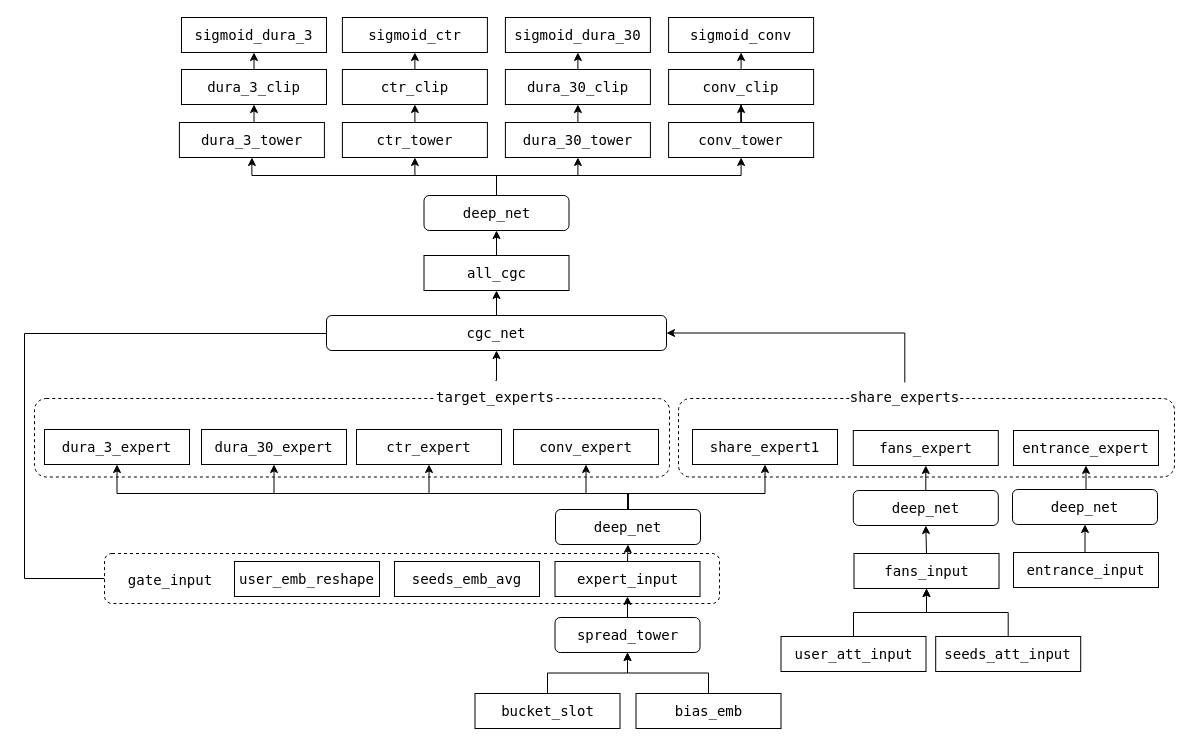
The draw.io diagram immer_model.drawio in snorlaxse/draw.io, before the edit. Source tidied: cells renumbered, new cells numbered last; positions are measured from the earlier drawing's top-left corner, leaving out a move shared by most shapes. Both pictures are drawn from the tidied source at 100%, with x=0, y=0 at pixel (24, 17).
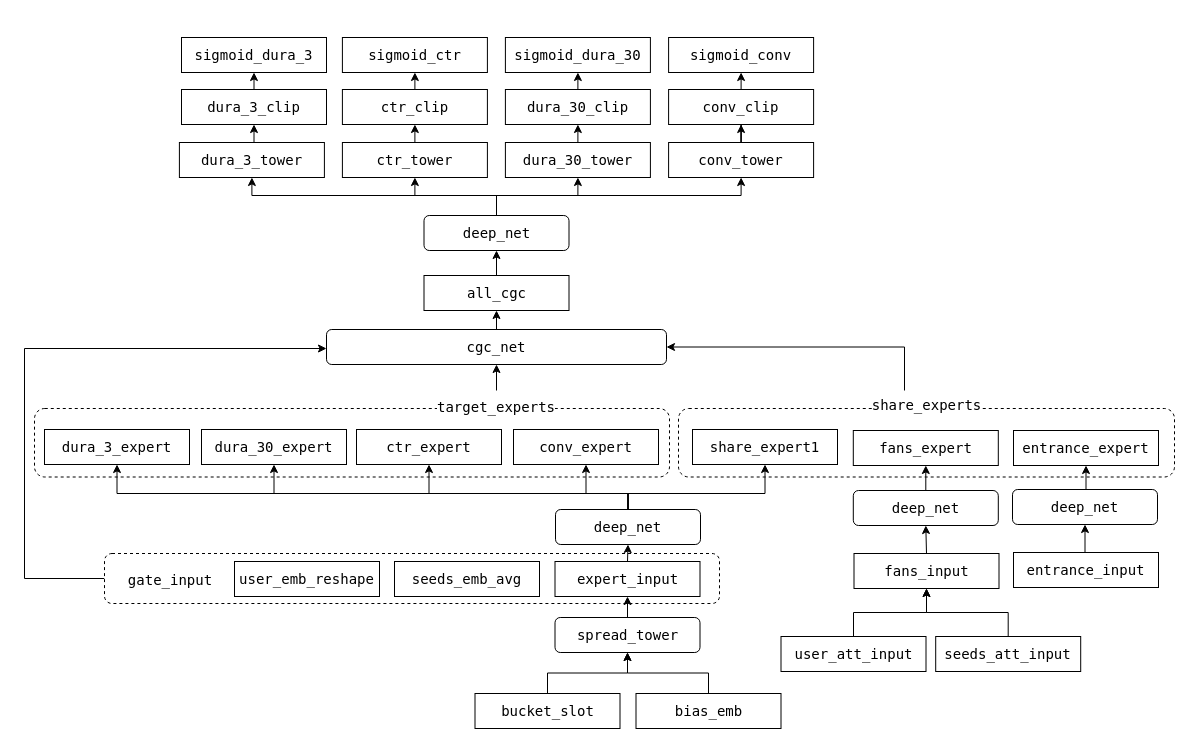
Above is the later version.

The change refers to these unchanged cells:
```xml
<mxCell id="3" style="rounded=1;whiteSpace=wrap;html=1;dashed=1;" parent="1" vertex="1">
  <mxGeometry x="80" y="536" width="615" height="50" as="geometry" />
</mxCell>
```

What changed in the source:
```diff
@@
-    <mxCell id="2" style="edgeStyle=orthogonalEdgeStyle;rounded=0;jettySize=auto;html=1;exitX=0;exitY=0.5;exitDx=0;exitDy=0;entryX=0;entryY=0.5;entryDx=0;entryDy=0;" parent="1" edge="1" source="3" target="47">
+    <mxCell id="2" style="edgeStyle=orthogonalEdgeStyle;rounded=0;jettySize=auto;html=1;exitX=0;exitY=0.5;exitDx=0;exitDy=0;" parent="1" edge="1" source="3" target="47">
       <mxGeometry relative="1" as="geometry">
         <Array as="points">
           <mxPoint y="561" />
-          <mxPoint y="316" />
-          <mxPoint x="420" y="316" />
+          <mxPoint y="331" />
         </Array>
       </mxGeometry>
     </mxCell>
@@
     <mxCell id="4" style="rounded=1;whiteSpace=wrap;html=1;dashed=1;" parent="1" vertex="1">
-      <mxGeometry x="10" y="381" width="635" height="78.5" as="geometry" />
+      <mxGeometry x="10" y="391" width="635" height="68.5" as="geometry" />
     </mxCell>
     <mxCell id="5" style="rounded=1;whiteSpace=wrap;html=1;dashed=1;" parent="1" vertex="1">
-      <mxGeometry x="654" y="381" width="496" height="78.5" as="geometry" />
+      <mxGeometry x="654" y="391" width="496" height="68.5" as="geometry" />
     </mxCell>
@@
     <mxCell id="39" style="edgeStyle=orthogonalEdgeStyle;rounded=0;jettySize=auto;html=1;entryX=1;entryY=0.5;entryDx=0;entryDy=0;" parent="1" edge="1" source="40" target="47">
       <mxGeometry relative="1" as="geometry">
         <Array as="points">
-          <mxPoint x="880" y="316" />
+          <mxPoint x="880" y="330" />
+          <mxPoint x="642" y="330" />
         </Array>
       </mxGeometry>
     </mxCell>
     <mxCell id="40" value="&lt;div style=&quot;background-color: rgb(255, 255, 255); font-family: &amp;quot;Fira Code&amp;quot;, Menlo, Monaco, &amp;quot;Courier New&amp;quot;, monospace; font-size: 14px; line-height: 21px; white-space-collapse: preserve;&quot;&gt;share_experts&lt;/div&gt;" style="text;html=1;align=center;verticalAlign=middle;points=[];strokeColor=none;fillColor=none;" parent="1" vertex="1">
-      <mxGeometry x="815.3" y="365" width="130" height="30" as="geometry" />
+      <mxGeometry x="837" y="373" width="130" height="30" as="geometry" />
     </mxCell>
@@
     <mxCell id="42" value="&lt;div style=&quot;color: #000000;background-color: #ffffff;font-family: 'Fira Code', Menlo, Monaco, 'Courier New', monospace;font-weight: normal;font-size: 14px;line-height: 21px;white-space: pre;&quot;&gt;&lt;div&gt;&lt;span style=&quot;color: #000000;&quot;&gt;target_experts&lt;/span&gt;&lt;/div&gt;&lt;/div&gt;" style="text;whiteSpace=wrap;html=1;align=center;" parent="1" vertex="1">
-      <mxGeometry x="396" y="363" width="150" height="40" as="geometry" />
+      <mxGeometry x="397" y="373" width="150" height="40" as="geometry" />
     </mxCell>
@@
     <mxCell id="47" value="&lt;div style=&quot;background-color: rgb(255, 255, 255); font-family: &amp;quot;Fira Code&amp;quot;, Menlo, Monaco, &amp;quot;Courier New&amp;quot;, monospace; font-size: 14px; line-height: 21px; white-space: pre;&quot;&gt;&lt;div style=&quot;line-height: 21px;&quot;&gt;&lt;div style=&quot;line-height: 21px;&quot;&gt;cgc_net&lt;/div&gt;&lt;/div&gt;&lt;/div&gt;" style="rounded=1;whiteSpace=wrap;html=1;" parent="1" vertex="1">
-      <mxGeometry x="302" y="298" width="340" height="35" as="geometry" />
+      <mxGeometry x="302" y="312" width="340" height="35" as="geometry" />
     </mxCell>
@@
     <mxCell id="49" value="&lt;div style=&quot;background-color: rgb(255, 255, 255); font-family: &amp;quot;Fira Code&amp;quot;, Menlo, Monaco, &amp;quot;Courier New&amp;quot;, monospace; font-size: 14px; line-height: 21px; white-space: pre;&quot;&gt;&lt;div style=&quot;line-height: 21px;&quot;&gt;&lt;div style=&quot;line-height: 21px;&quot;&gt;&lt;div style=&quot;line-height: 21px;&quot;&gt;all_cgc&lt;/div&gt;&lt;/div&gt;&lt;/div&gt;&lt;/div&gt;" style="rounded=0;whiteSpace=wrap;html=1;" parent="1" vertex="1">
-      <mxGeometry x="399.5" y="238" width="145" height="35" as="geometry" />
+      <mxGeometry x="399.5" y="258" width="145" height="35" as="geometry" />
     </mxCell>
     <mxCell id="50" style="edgeStyle=orthogonalEdgeStyle;rounded=0;jettySize=auto;html=1;exitX=0.5;exitY=0;exitDx=0;exitDy=0;entryX=0.5;entryY=1;entryDx=0;entryDy=0;" parent="1" edge="1" source="54" target="56">
       <mxGeometry relative="1" as="geometry">
         <Array as="points">
-          <mxPoint x="472" y="158" />
-          <mxPoint x="227" y="158" />
+          <mxPoint x="472" y="178" />
+          <mxPoint x="227" y="178" />
         </Array>
       </mxGeometry>
     </mxCell>
     <mxCell id="51" style="edgeStyle=orthogonalEdgeStyle;rounded=0;jettySize=auto;html=1;exitX=0.5;exitY=0;exitDx=0;exitDy=0;entryX=0.5;entryY=1;entryDx=0;entryDy=0;" parent="1" edge="1" source="54" target="58">
       <mxGeometry relative="1" as="geometry">
         <Array as="points">
-          <mxPoint x="472" y="158" />
-          <mxPoint x="390" y="158" />
+          <mxPoint x="472" y="178" />
+          <mxPoint x="390" y="178" />
         </Array>
       </mxGeometry>
     </mxCell>
@@
     <mxCell id="53" style="edgeStyle=orthogonalEdgeStyle;rounded=0;jettySize=auto;html=1;exitX=0.5;exitY=0;exitDx=0;exitDy=0;entryX=0.5;entryY=1;entryDx=0;entryDy=0;" parent="1" edge="1" source="54" target="62">
       <mxGeometry relative="1" as="geometry">
         <Array as="points">
-          <mxPoint x="472" y="158" />
-          <mxPoint x="717" y="158" />
+          <mxPoint x="472" y="178" />
+          <mxPoint x="717" y="178" />
         </Array>
       </mxGeometry>
     </mxCell>
     <mxCell id="54" value="&lt;div style=&quot;background-color: rgb(255, 255, 255); font-family: &amp;quot;Fira Code&amp;quot;, Menlo, Monaco, &amp;quot;Courier New&amp;quot;, monospace; font-size: 14px; line-height: 21px; white-space: pre;&quot;&gt;deep_net&lt;/div&gt;" style="rounded=1;whiteSpace=wrap;html=1;" parent="1" vertex="1">
-      <mxGeometry x="399.5" y="178" width="145" height="35" as="geometry" />
+      <mxGeometry x="399.5" y="198" width="145" height="35" as="geometry" />
     </mxCell>
@@
     <mxCell id="56" value="&lt;div style=&quot;background-color: rgb(255, 255, 255); font-family: &amp;quot;Fira Code&amp;quot;, Menlo, Monaco, &amp;quot;Courier New&amp;quot;, monospace; font-size: 14px; line-height: 21px; white-space: pre;&quot;&gt;&lt;div style=&quot;line-height: 21px;&quot;&gt;&lt;div style=&quot;line-height: 21px;&quot;&gt;&lt;div style=&quot;line-height: 21px;&quot;&gt;&lt;div style=&quot;line-height: 21px;&quot;&gt;dura_3_tower&lt;/div&gt;&lt;/div&gt;&lt;/div&gt;&lt;/div&gt;&lt;/div&gt;" style="rounded=0;whiteSpace=wrap;html=1;" parent="1" vertex="1">
-      <mxGeometry x="154.9" y="105" width="145" height="35" as="geometry" />
+      <mxGeometry x="154.9" y="125" width="145" height="35" as="geometry" />
     </mxCell>
@@
     <mxCell id="58" value="&lt;div style=&quot;background-color: rgb(255, 255, 255); font-family: &amp;quot;Fira Code&amp;quot;, Menlo, Monaco, &amp;quot;Courier New&amp;quot;, monospace; font-size: 14px; line-height: 21px; white-space: pre;&quot;&gt;&lt;div style=&quot;line-height: 21px;&quot;&gt;&lt;div style=&quot;line-height: 21px;&quot;&gt;&lt;div style=&quot;line-height: 21px;&quot;&gt;&lt;div style=&quot;line-height: 21px;&quot;&gt;&lt;div style=&quot;line-height: 21px;&quot;&gt;ctr_tower&lt;/div&gt;&lt;/div&gt;&lt;/div&gt;&lt;/div&gt;&lt;/div&gt;&lt;/div&gt;" style="rounded=0;whiteSpace=wrap;html=1;" parent="1" vertex="1">
-      <mxGeometry x="317.9" y="105" width="145" height="35" as="geometry" />
+      <mxGeometry x="317.9" y="125" width="145" height="35" as="geometry" />
     </mxCell>
@@
     <mxCell id="60" value="&lt;div style=&quot;background-color: rgb(255, 255, 255); font-family: &amp;quot;Fira Code&amp;quot;, Menlo, Monaco, &amp;quot;Courier New&amp;quot;, monospace; font-size: 14px; line-height: 21px; white-space: pre;&quot;&gt;&lt;div style=&quot;line-height: 21px;&quot;&gt;&lt;div style=&quot;line-height: 21px;&quot;&gt;&lt;div style=&quot;line-height: 21px;&quot;&gt;&lt;div style=&quot;line-height: 21px;&quot;&gt;&lt;div style=&quot;line-height: 21px;&quot;&gt;&lt;div style=&quot;line-height: 21px;&quot;&gt;dura_30_tower&lt;/div&gt;&lt;/div&gt;&lt;/div&gt;&lt;/div&gt;&lt;/div&gt;&lt;/div&gt;&lt;/div&gt;" style="rounded=0;whiteSpace=wrap;html=1;" parent="1" vertex="1">
-      <mxGeometry x="480.9" y="105" width="145" height="35" as="geometry" />
+      <mxGeometry x="480.9" y="125" width="145" height="35" as="geometry" />
     </mxCell>
@@
     <mxCell id="62" value="&lt;div style=&quot;background-color: rgb(255, 255, 255); font-family: &amp;quot;Fira Code&amp;quot;, Menlo, Monaco, &amp;quot;Courier New&amp;quot;, monospace; font-size: 14px; line-height: 21px; white-space: pre;&quot;&gt;&lt;div style=&quot;line-height: 21px;&quot;&gt;&lt;div style=&quot;line-height: 21px;&quot;&gt;&lt;div style=&quot;line-height: 21px;&quot;&gt;&lt;div style=&quot;line-height: 21px;&quot;&gt;&lt;div style=&quot;line-height: 21px;&quot;&gt;&lt;div style=&quot;line-height: 21px;&quot;&gt;&lt;div style=&quot;line-height: 21px;&quot;&gt;conv_tower&lt;/div&gt;&lt;/div&gt;&lt;/div&gt;&lt;/div&gt;&lt;/div&gt;&lt;/div&gt;&lt;/div&gt;&lt;/div&gt;" style="rounded=0;whiteSpace=wrap;html=1;" parent="1" vertex="1">
-      <mxGeometry x="644.1" y="105" width="145" height="35" as="geometry" />
+      <mxGeometry x="644.1" y="125" width="145" height="35" as="geometry" />
     </mxCell>
@@
     <mxCell id="64" value="&lt;div style=&quot;background-color: rgb(255, 255, 255); font-family: &amp;quot;Fira Code&amp;quot;, Menlo, Monaco, &amp;quot;Courier New&amp;quot;, monospace; font-size: 14px; line-height: 21px; white-space: pre;&quot;&gt;&lt;div style=&quot;line-height: 21px;&quot;&gt;&lt;div style=&quot;line-height: 21px;&quot;&gt;&lt;div style=&quot;line-height: 21px;&quot;&gt;&lt;div style=&quot;line-height: 21px;&quot;&gt;&lt;div style=&quot;line-height: 21px;&quot;&gt;&lt;div style=&quot;line-height: 21px;&quot;&gt;dura_3_clip&lt;/div&gt;&lt;/div&gt;&lt;/div&gt;&lt;/div&gt;&lt;/div&gt;&lt;/div&gt;&lt;/div&gt;" style="rounded=0;whiteSpace=wrap;html=1;" parent="1" vertex="1">
-      <mxGeometry x="157" y="52" width="145" height="35" as="geometry" />
+      <mxGeometry x="157" y="72" width="145" height="35" as="geometry" />
     </mxCell>
@@
     <mxCell id="66" value="&lt;div style=&quot;background-color: rgb(255, 255, 255); font-family: &amp;quot;Fira Code&amp;quot;, Menlo, Monaco, &amp;quot;Courier New&amp;quot;, monospace; font-size: 14px; line-height: 21px; white-space: pre;&quot;&gt;&lt;div style=&quot;line-height: 21px;&quot;&gt;&lt;div style=&quot;line-height: 21px;&quot;&gt;&lt;div style=&quot;line-height: 21px;&quot;&gt;&lt;div style=&quot;line-height: 21px;&quot;&gt;&lt;div style=&quot;line-height: 21px;&quot;&gt;&lt;div style=&quot;line-height: 21px;&quot;&gt;ctr_clip&lt;/div&gt;&lt;/div&gt;&lt;/div&gt;&lt;/div&gt;&lt;/div&gt;&lt;/div&gt;&lt;/div&gt;" style="rounded=0;whiteSpace=wrap;html=1;" parent="1" vertex="1">
-      <mxGeometry x="317.9" y="52" width="145" height="35" as="geometry" />
+      <mxGeometry x="317.9" y="72" width="145" height="35" as="geometry" />
     </mxCell>
@@
     <mxCell id="68" value="&lt;div style=&quot;background-color: rgb(255, 255, 255); font-family: &amp;quot;Fira Code&amp;quot;, Menlo, Monaco, &amp;quot;Courier New&amp;quot;, monospace; font-size: 14px; line-height: 21px; white-space: pre;&quot;&gt;&lt;div style=&quot;line-height: 21px;&quot;&gt;&lt;div style=&quot;line-height: 21px;&quot;&gt;&lt;div style=&quot;line-height: 21px;&quot;&gt;&lt;div style=&quot;line-height: 21px;&quot;&gt;&lt;div style=&quot;line-height: 21px;&quot;&gt;&lt;div style=&quot;line-height: 21px;&quot;&gt;&lt;div style=&quot;line-height: 21px;&quot;&gt;dura_30_clip&lt;/div&gt;&lt;/div&gt;&lt;/div&gt;&lt;/div&gt;&lt;/div&gt;&lt;/div&gt;&lt;/div&gt;&lt;/div&gt;" style="rounded=0;whiteSpace=wrap;html=1;" parent="1" vertex="1">
-      <mxGeometry x="480.9" y="52" width="145" height="35" as="geometry" />
+      <mxGeometry x="480.9" y="72" width="145" height="35" as="geometry" />
     </mxCell>
@@
     <mxCell id="70" value="&lt;div style=&quot;background-color: rgb(255, 255, 255); font-family: &amp;quot;Fira Code&amp;quot;, Menlo, Monaco, &amp;quot;Courier New&amp;quot;, monospace; font-size: 14px; line-height: 21px; white-space: pre;&quot;&gt;&lt;div style=&quot;line-height: 21px;&quot;&gt;&lt;div style=&quot;line-height: 21px;&quot;&gt;&lt;div style=&quot;line-height: 21px;&quot;&gt;&lt;div style=&quot;line-height: 21px;&quot;&gt;&lt;div style=&quot;line-height: 21px;&quot;&gt;&lt;div style=&quot;line-height: 21px;&quot;&gt;&lt;div style=&quot;line-height: 21px;&quot;&gt;conv_clip&lt;/div&gt;&lt;/div&gt;&lt;/div&gt;&lt;/div&gt;&lt;/div&gt;&lt;/div&gt;&lt;/div&gt;&lt;/div&gt;" style="rounded=0;whiteSpace=wrap;html=1;" parent="1" vertex="1">
-      <mxGeometry x="644.1" y="52" width="145" height="35" as="geometry" />
+      <mxGeometry x="644.1" y="72" width="145" height="35" as="geometry" />
     </mxCell>
     <mxCell id="71" value="&lt;div style=&quot;background-color: rgb(255, 255, 255); font-family: &amp;quot;Fira Code&amp;quot;, Menlo, Monaco, &amp;quot;Courier New&amp;quot;, monospace; font-size: 14px; line-height: 21px; white-space: pre;&quot;&gt;&lt;div style=&quot;line-height: 21px;&quot;&gt;&lt;div style=&quot;line-height: 21px;&quot;&gt;&lt;div style=&quot;line-height: 21px;&quot;&gt;&lt;div style=&quot;line-height: 21px;&quot;&gt;&lt;div style=&quot;line-height: 21px;&quot;&gt;&lt;div style=&quot;line-height: 21px;&quot;&gt;&lt;div style=&quot;line-height: 21px;&quot;&gt;sigmoid_dura_3&lt;/div&gt;&lt;/div&gt;&lt;/div&gt;&lt;/div&gt;&lt;/div&gt;&lt;/div&gt;&lt;/div&gt;&lt;/div&gt;" style="rounded=0;whiteSpace=wrap;html=1;" parent="1" vertex="1">
-      <mxGeometry x="157" width="145" height="35" as="geometry" />
+      <mxGeometry x="157" y="20" width="145" height="35" as="geometry" />
     </mxCell>
     <mxCell id="72" value="&lt;div style=&quot;background-color: rgb(255, 255, 255); font-family: &amp;quot;Fira Code&amp;quot;, Menlo, Monaco, &amp;quot;Courier New&amp;quot;, monospace; font-size: 14px; line-height: 21px; white-space: pre;&quot;&gt;&lt;div style=&quot;line-height: 21px;&quot;&gt;&lt;div style=&quot;line-height: 21px;&quot;&gt;&lt;div style=&quot;line-height: 21px;&quot;&gt;&lt;div style=&quot;line-height: 21px;&quot;&gt;&lt;div style=&quot;line-height: 21px;&quot;&gt;&lt;div style=&quot;line-height: 21px;&quot;&gt;&lt;div style=&quot;line-height: 21px;&quot;&gt;sigmoid_ctr&lt;/div&gt;&lt;/div&gt;&lt;/div&gt;&lt;/div&gt;&lt;/div&gt;&lt;/div&gt;&lt;/div&gt;&lt;/div&gt;" style="rounded=0;whiteSpace=wrap;html=1;" parent="1" vertex="1">
-      <mxGeometry x="317.9" width="145" height="35" as="geometry" />
+      <mxGeometry x="317.9" y="20" width="145" height="35" as="geometry" />
     </mxCell>
     <mxCell id="73" value="&lt;div style=&quot;background-color: rgb(255, 255, 255); font-family: &amp;quot;Fira Code&amp;quot;, Menlo, Monaco, &amp;quot;Courier New&amp;quot;, monospace; font-size: 14px; line-height: 21px; white-space: pre;&quot;&gt;&lt;div style=&quot;line-height: 21px;&quot;&gt;&lt;div style=&quot;line-height: 21px;&quot;&gt;&lt;div style=&quot;line-height: 21px;&quot;&gt;&lt;div style=&quot;line-height: 21px;&quot;&gt;&lt;div style=&quot;line-height: 21px;&quot;&gt;&lt;div style=&quot;line-height: 21px;&quot;&gt;&lt;div style=&quot;line-height: 21px;&quot;&gt;&lt;div style=&quot;line-height: 21px;&quot;&gt;sigmoid_dura_30&lt;/div&gt;&lt;/div&gt;&lt;/div&gt;&lt;/div&gt;&lt;/div&gt;&lt;/div&gt;&lt;/div&gt;&lt;/div&gt;&lt;/div&gt;" style="rounded=0;whiteSpace=wrap;html=1;" parent="1" vertex="1">
-      <mxGeometry x="480.9" width="145" height="35" as="geometry" />
+      <mxGeometry x="480.9" y="20" width="145" height="35" as="geometry" />
     </mxCell>
     <mxCell id="74" value="&lt;div style=&quot;background-color: rgb(255, 255, 255); font-family: &amp;quot;Fira Code&amp;quot;, Menlo, Monaco, &amp;quot;Courier New&amp;quot;, monospace; font-size: 14px; line-height: 21px; white-space: pre;&quot;&gt;&lt;div style=&quot;line-height: 21px;&quot;&gt;&lt;div style=&quot;line-height: 21px;&quot;&gt;&lt;div style=&quot;line-height: 21px;&quot;&gt;&lt;div style=&quot;line-height: 21px;&quot;&gt;&lt;div style=&quot;line-height: 21px;&quot;&gt;&lt;div style=&quot;line-height: 21px;&quot;&gt;&lt;div style=&quot;line-height: 21px;&quot;&gt;&lt;div style=&quot;line-height: 21px;&quot;&gt;sigmoid_conv&lt;/div&gt;&lt;/div&gt;&lt;/div&gt;&lt;/div&gt;&lt;/div&gt;&lt;/div&gt;&lt;/div&gt;&lt;/div&gt;&lt;/div&gt;" style="rounded=0;whiteSpace=wrap;html=1;" parent="1" vertex="1">
-      <mxGeometry x="644.1" width="145" height="35" as="geometry" />
+      <mxGeometry x="644.1" y="20" width="145" height="35" as="geometry" />
     </mxCell>
```
